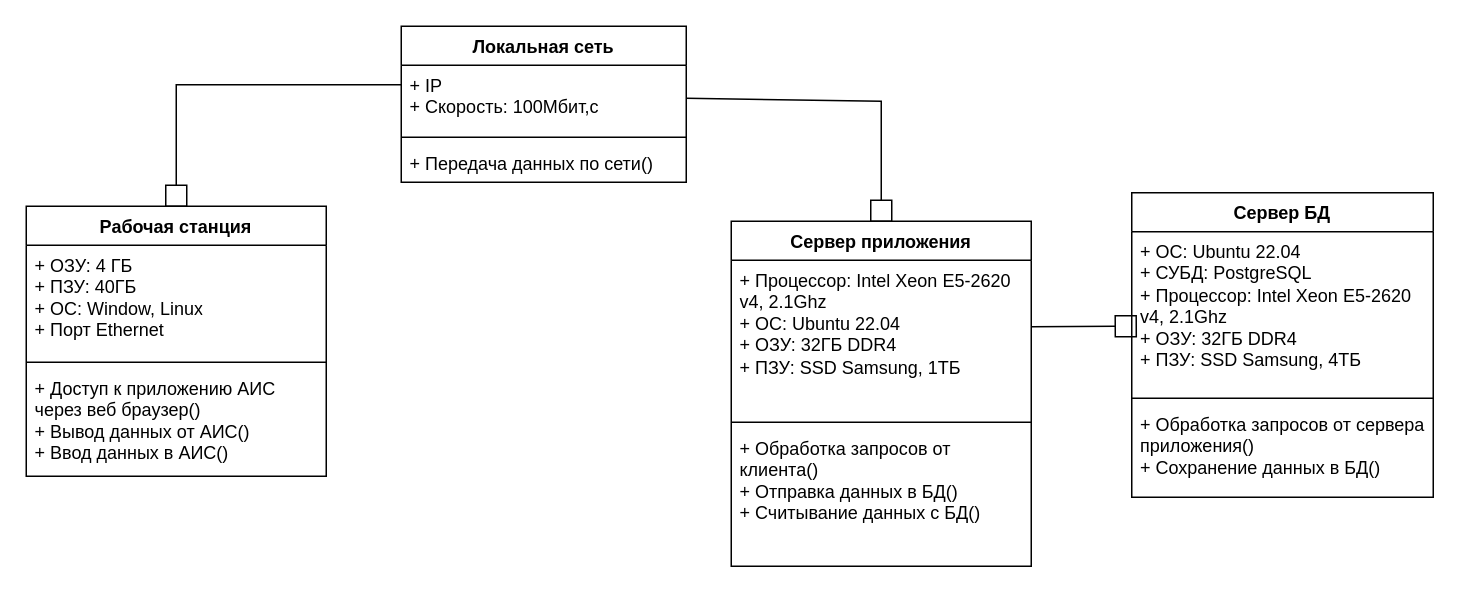
Earlier version of the draw.io diagram Определение проекта АИС.drawio (hiff0/db-city-council). Source tidied: cells renumbered, new cells numbered last; positions are measured from the earlier drawing's top-left corner, leaving out a move shared by most shapes. Both pictures are drawn from the tidied source at 150%, with x=0, y=0 at pixel (26, 26).
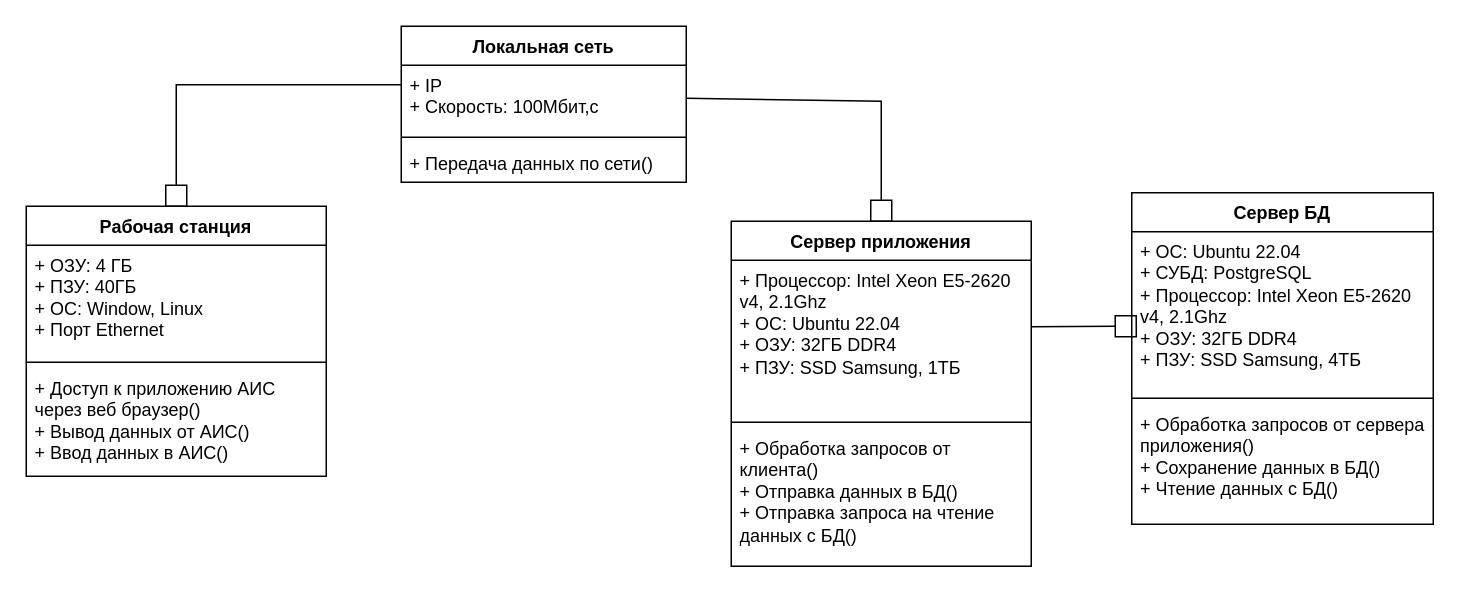
Above is the later version.

Unchanged cells that the change refers to:
```xml
<mxCell id="10" value="Сервер приложения" style="swimlane;fontStyle=1;align=center;verticalAlign=top;horizontal=1;startSize=26;whiteSpace=wrap;html=1;" parent="1" vertex="1">
  <mxGeometry x="470" y="130" width="200" height="230" as="geometry" />
</mxCell>
```

Change to the diagram source:
```diff
@@
-    <mxCell id="13" value="+ Обработка запросов от клиента()&lt;div&gt;+ Отправка данных в БД()&lt;/div&gt;&lt;div&gt;+ Считывание данных с БД()&lt;/div&gt;" style="text;strokeColor=none;fillColor=none;align=left;verticalAlign=top;spacingLeft=4;spacingRight=4;overflow=hidden;whiteSpace=wrap;html=1;" parent="10" vertex="1">
+    <mxCell id="13" value="+ Обработка запросов от клиента()&lt;div&gt;+ Отправка данных в БД()&lt;/div&gt;&lt;div&gt;+ Отправка запроса на чтение данных с БД()&lt;/div&gt;" style="text;strokeColor=none;fillColor=none;align=left;verticalAlign=top;spacingLeft=4;spacingRight=4;overflow=hidden;whiteSpace=wrap;html=1;" parent="10" vertex="1">
       <mxGeometry y="138" width="200" height="92" as="geometry" />
     </mxCell>
     <mxCell id="14" value="Сервер БД" style="swimlane;fontStyle=1;align=center;verticalAlign=top;horizontal=1;startSize=26;whiteSpace=wrap;html=1;" parent="1" vertex="1">
-      <mxGeometry x="737" y="111" width="201" height="203" as="geometry" />
+      <mxGeometry x="737" y="111" width="201" height="221" as="geometry" />
     </mxCell>
@@
-    <mxCell id="17" value="+ Обработка запросов от сервера приложения()&lt;div&gt;+ Сохранение данных в БД()&lt;/div&gt;" style="text;strokeColor=none;fillColor=none;align=left;verticalAlign=top;spacingLeft=4;spacingRight=4;overflow=hidden;whiteSpace=wrap;html=1;" parent="14" vertex="1">
-      <mxGeometry y="141" width="201" height="62" as="geometry" />
+    <mxCell id="17" value="+ Обработка запросов от сервера приложения()&lt;div&gt;+ Сохранение данных в БД()&lt;/div&gt;&lt;div&gt;+ Чтение данных с БД()&lt;/div&gt;" style="text;strokeColor=none;fillColor=none;align=left;verticalAlign=top;spacingLeft=4;spacingRight=4;overflow=hidden;whiteSpace=wrap;html=1;" parent="14" vertex="1">
+      <mxGeometry y="141" width="201" height="80" as="geometry" />
     </mxCell>
```
